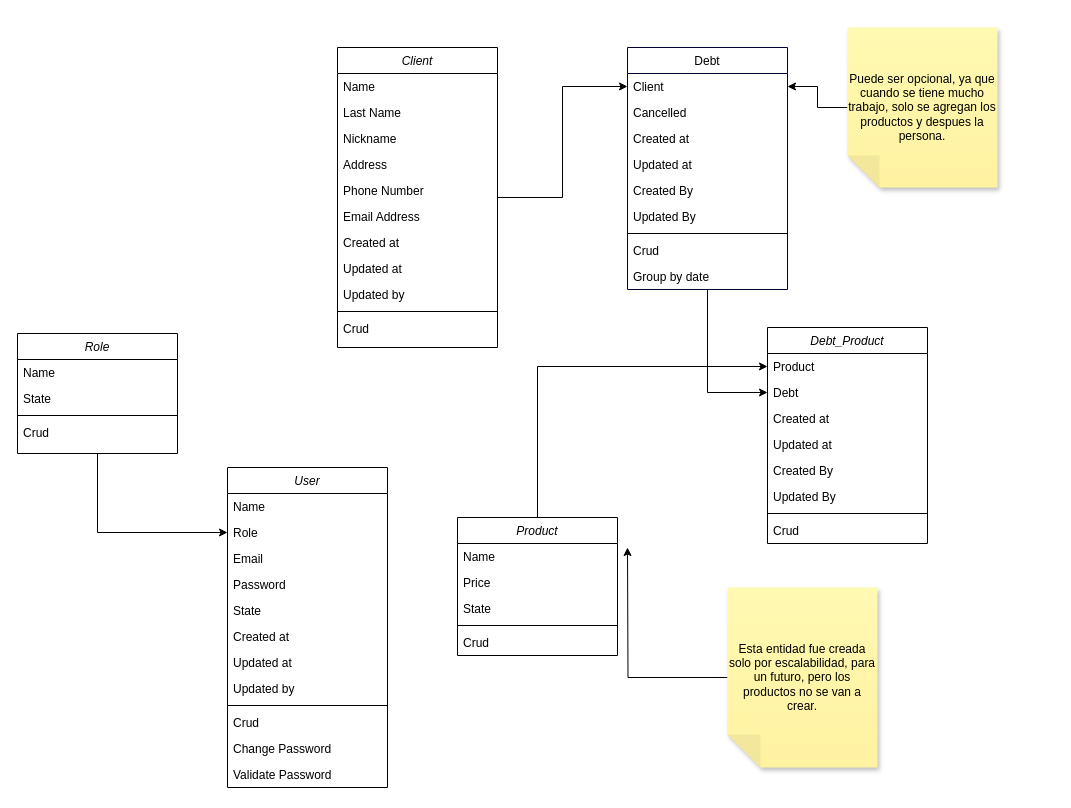
Above: Diagrama sin título.drawio in JohnatanRamos/debt-control-api (draw.io), before the change. Source tidied: cells renumbered, new cells numbered last; positions are measured from the earlier drawing's top-left corner, leaving out a move shared by most shapes. Both pictures are drawn from the tidied source at 100%, with x=0, y=0 at pixel (17, 27).
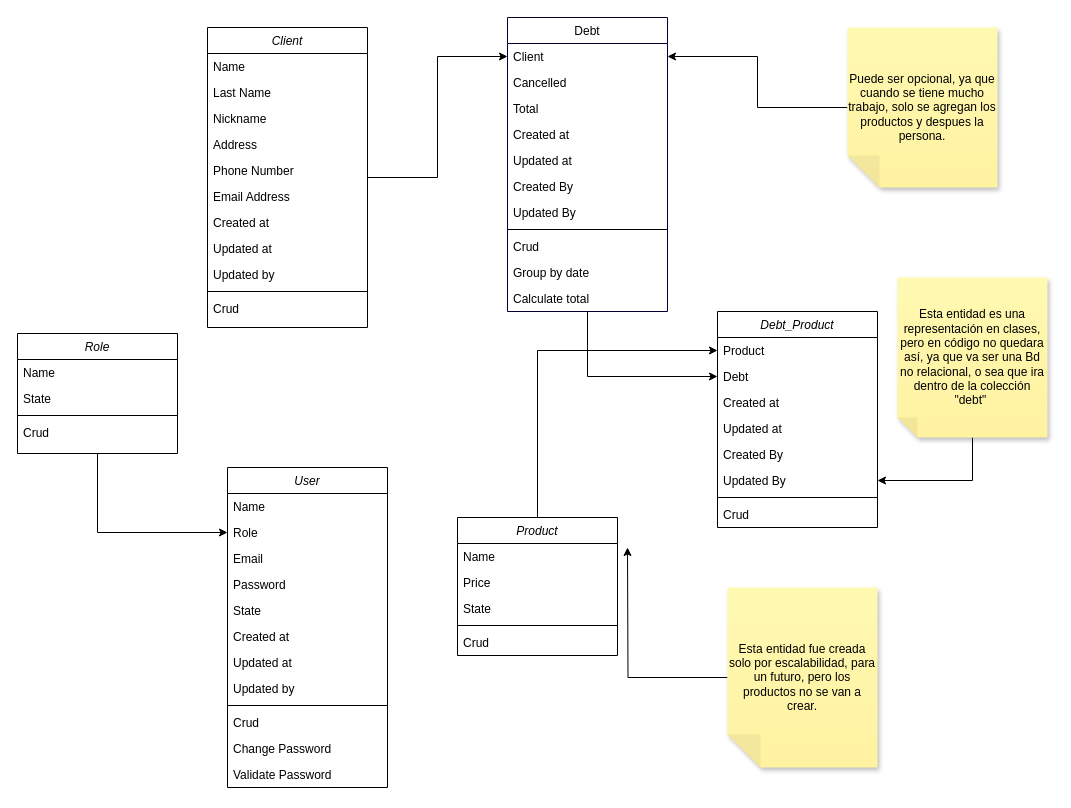
The same diagram, later.

Commit message:
Primera versión del diagrama.drawio

The change refers to these unchanged cells:
```xml
<mxCell id="62" value="Updated By" style="text;align=left;verticalAlign=top;spacingLeft=4;spacingRight=4;overflow=hidden;points=[[0,0.5],[1,0.5]];portConstraint=eastwest;rounded=0;shadow=0;html=0;labelBorderColor=none;" parent="56" vertex="1">
  <mxGeometry y="156" width="160" height="26" as="geometry" />
</mxCell>
```

The edit, as a diff of the source:
```diff
@@
     <mxCell id="3" value="Client" style="swimlane;fontStyle=2;align=center;verticalAlign=top;horizontal=1;startSize=26;rounded=0;shadow=0;strokeWidth=1;labelBorderColor=none;" parent="1" vertex="1">
-      <mxGeometry x="320" y="20" width="160" height="300" as="geometry" />
+      <mxGeometry x="190" width="160" height="300" as="geometry" />
     </mxCell>
@@
     <mxCell id="16" value="Debt" style="swimlane;fontStyle=0;align=center;verticalAlign=top;horizontal=1;startSize=26;rounded=0;shadow=0;strokeWidth=1;strokeColor=#000033;labelBorderColor=none;" parent="1" vertex="1">
-      <mxGeometry x="610" y="20" width="160" height="242" as="geometry" />
+      <mxGeometry x="490" y="-10" width="160" height="294" as="geometry" />
     </mxCell>
@@
+    <mxCell id="65" value="Total" style="text;align=left;verticalAlign=top;spacingLeft=4;spacingRight=4;overflow=hidden;labelBorderColor=none;" parent="16" vertex="1">
+      <mxGeometry y="78" width="160" height="26" as="geometry" />
+    </mxCell>
     <mxCell id="19" value="Created at" style="text;align=left;verticalAlign=top;spacingLeft=4;spacingRight=4;overflow=hidden;labelBorderColor=none;" parent="16" vertex="1">
-      <mxGeometry y="78" width="160" height="26" as="geometry" />
+      <mxGeometry y="104" width="160" height="26" as="geometry" />
     </mxCell>
     <mxCell id="20" value="Updated at" style="text;align=left;verticalAlign=top;spacingLeft=4;spacingRight=4;overflow=hidden;rounded=0;shadow=0;html=0;labelBorderColor=none;" parent="16" vertex="1">
-      <mxGeometry y="104" width="160" height="26" as="geometry" />
+      <mxGeometry y="130" width="160" height="26" as="geometry" />
     </mxCell>
     <mxCell id="21" value="Created By" style="text;align=left;verticalAlign=top;spacingLeft=4;spacingRight=4;overflow=hidden;rounded=0;shadow=0;html=0;labelBorderColor=none;" parent="16" vertex="1">
-      <mxGeometry y="130" width="160" height="26" as="geometry" />
+      <mxGeometry y="156" width="160" height="26" as="geometry" />
     </mxCell>
     <mxCell id="22" value="Updated By" style="text;align=left;verticalAlign=top;spacingLeft=4;spacingRight=4;overflow=hidden;rounded=0;shadow=0;html=0;labelBorderColor=none;" parent="16" vertex="1">
-      <mxGeometry y="156" width="160" height="26" as="geometry" />
+      <mxGeometry y="182" width="160" height="26" as="geometry" />
     </mxCell>
     <mxCell id="23" style="line;html=1;strokeWidth=1;align=left;verticalAlign=middle;spacingTop=-1;spacingLeft=3;spacingRight=3;labelPosition=right;labelBorderColor=none;" parent="16" vertex="1">
-      <mxGeometry y="182" width="160" height="8" as="geometry" />
+      <mxGeometry y="208" width="160" height="8" as="geometry" />
     </mxCell>
     <mxCell id="24" value="Crud" style="text;align=left;verticalAlign=top;spacingLeft=4;spacingRight=4;overflow=hidden;labelBorderColor=none;" parent="16" vertex="1">
-      <mxGeometry y="190" width="160" height="26" as="geometry" />
+      <mxGeometry y="216" width="160" height="26" as="geometry" />
     </mxCell>
     <mxCell id="25" value="Group by date" style="text;align=left;verticalAlign=top;spacingLeft=4;spacingRight=4;overflow=hidden;labelBorderColor=none;" parent="16" vertex="1">
-      <mxGeometry y="216" width="160" height="26" as="geometry" />
+      <mxGeometry y="242" width="160" height="26" as="geometry" />
     </mxCell>
+    <mxCell id="66" value="Calculate total" style="text;align=left;verticalAlign=top;spacingLeft=4;spacingRight=4;overflow=hidden;labelBorderColor=none;" parent="16" vertex="1">
+      <mxGeometry y="268" width="160" height="26" as="geometry" />
+    </mxCell>
@@
     <mxCell id="56" value="Debt_Product" style="swimlane;fontStyle=2;align=center;verticalAlign=top;horizontal=1;startSize=26;rounded=0;shadow=0;strokeWidth=1;labelBorderColor=none;" parent="1" vertex="1">
-      <mxGeometry x="750" y="300" width="160" height="216" as="geometry" />
+      <mxGeometry x="700" y="284" width="160" height="216" as="geometry" />
     </mxCell>
@@
+    <mxCell id="67" style="edgeStyle=orthogonalEdgeStyle;rounded=0;jettySize=auto;html=1;entryX=1;entryY=0.5;entryDx=0;entryDy=0;" parent="1" edge="1" source="68" target="62">
+      <mxGeometry relative="1" as="geometry" />
+    </mxCell>
+    <mxCell id="68" value="Esta entidad es una representación en clases, pero en código no quedara así, ya que va ser una Bd no relacional, o sea que ira dentro de la colección &quot;debt&quot;&amp;nbsp;" style="shape=note;whiteSpace=wrap;html=1;backgroundOutline=1;fontColor=#000000;darkOpacity=0.05;fillColor=#FFF9B2;strokeColor=none;fillStyle=solid;direction=west;gradientDirection=north;gradientColor=#FFF2A1;shadow=1;size=20;" parent="1" vertex="1">
+      <mxGeometry x="880" y="250" width="150" height="160" as="geometry" />
+    </mxCell>
```
